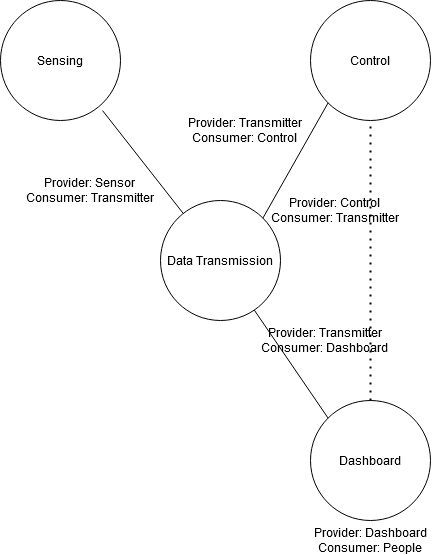
shadow17t/matkul_pabo keeps this draw.io diagram as Untitled Diagram.png. Above is the earlier version. Source tidied: cells renumbered, new cells last; positions are measured from the earlier drawing's top-left corner, leaving out a move shared by most shapes.
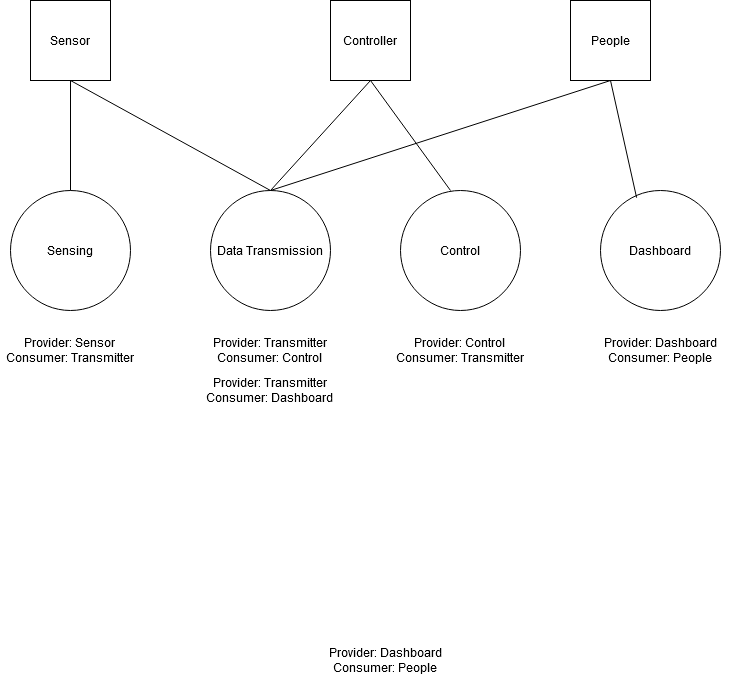
The same file after the commit.

Change to the diagram source:
```diff
@@ -3,43 +3,63 @@
     <mxCell id="0" />
     <mxCell id="1" parent="0" />
     <mxCell id="2" value="Sensing" style="ellipse;whiteSpace=wrap;html=1;" parent="1" vertex="1">
-      <mxGeometry width="120" height="120" as="geometry" />
+      <mxGeometry x="160" y="270" width="120" height="120" as="geometry" />
     </mxCell>
     <mxCell id="3" value="Control" style="ellipse;whiteSpace=wrap;html=1;" parent="1" vertex="1">
-      <mxGeometry x="310" width="120" height="120" as="geometry" />
+      <mxGeometry x="550" y="270" width="120" height="120" as="geometry" />
     </mxCell>
     <mxCell id="4" value="Dashboard" style="ellipse;whiteSpace=wrap;html=1;" parent="1" vertex="1">
-      <mxGeometry x="310" y="400" width="120" height="120" as="geometry" />
+      <mxGeometry x="750" y="270" width="120" height="120" as="geometry" />
     </mxCell>
     <mxCell id="5" value="Data Transmission" style="ellipse;whiteSpace=wrap;html=1;" parent="1" vertex="1">
-      <mxGeometry x="160" y="200" width="120" height="120" as="geometry" />
+      <mxGeometry x="360" y="270" width="120" height="120" as="geometry" />
     </mxCell>
     <mxCell id="6" value="&lt;div&gt;Provider: Sensor&lt;/div&gt;&lt;div&gt;Consumer: Transmitter&lt;br&gt;&lt;/div&gt;" style="text;html=1;strokeColor=none;fillColor=none;align=center;verticalAlign=middle;whiteSpace=wrap;rounded=0;" parent="1" vertex="1">
-      <mxGeometry x="20" y="180" width="140" height="20" as="geometry" />
+      <mxGeometry x="150" y="420" width="140" height="20" as="geometry" />
     </mxCell>
-    <mxCell id="7" style="endArrow=none;html=1;exitX=0.85;exitY=0.917;exitDx=0;exitDy=0;exitPerimeter=0;" parent="1" edge="1" source="2" target="5">
-      <mxGeometry relative="1" as="geometry" />
-    </mxCell>
-    <mxCell id="8" style="endArrow=none;html=1;exitX=0;exitY=1;exitDx=0;exitDy=0;entryX=1;entryY=0;entryDx=0;entryDy=0;" parent="1" edge="1" source="3" target="5">
-      <mxGeometry relative="1" as="geometry" />
-    </mxCell>
     <mxCell id="9" value="&lt;div&gt;Provider: Transmitter&lt;/div&gt;&lt;div&gt;Consumer: Control&lt;br&gt;&lt;/div&gt;" style="text;html=1;strokeColor=none;fillColor=none;align=center;verticalAlign=middle;whiteSpace=wrap;rounded=0;" parent="1" vertex="1">
-      <mxGeometry x="180" y="120" width="130" height="20" as="geometry" />
+      <mxGeometry x="355" y="420" width="130" height="20" as="geometry" />
     </mxCell>
-    <mxCell id="10" style="endArrow=none;html=1;exitX=0;exitY=0;exitDx=0;exitDy=0;" parent="1" edge="1" source="4" target="5">
-      <mxGeometry relative="1" as="geometry" />
-    </mxCell>
-    <mxCell id="11" style="endArrow=none;dashed=1;html=1;dashPattern=1 3;strokeWidth=2;entryX=0.5;entryY=1;entryDx=0;entryDy=0;exitX=0.5;exitY=0;exitDx=0;exitDy=0;" parent="1" edge="1" source="4" target="3">
-      <mxGeometry relative="1" as="geometry" />
-    </mxCell>
     <mxCell id="12" value="&lt;div&gt;Provider: Control&lt;/div&gt;&lt;div&gt;Consumer: Transmitter&lt;br&gt;&lt;/div&gt;" style="text;html=1;strokeColor=none;fillColor=none;align=center;verticalAlign=middle;whiteSpace=wrap;rounded=0;" parent="1" vertex="1">
-      <mxGeometry x="260" y="200" width="150" height="20" as="geometry" />
+      <mxGeometry x="535" y="420" width="150" height="20" as="geometry" />
     </mxCell>
     <mxCell id="13" value="&lt;div&gt;Provider: Dashboard&lt;/div&gt;&lt;div&gt;Consumer: People&lt;br&gt;&lt;/div&gt;" style="text;html=1;strokeColor=none;fillColor=none;align=center;verticalAlign=middle;whiteSpace=wrap;rounded=0;" parent="1" vertex="1">
-      <mxGeometry x="295" y="530" width="150" height="20" as="geometry" />
+      <mxGeometry x="460" y="730" width="150" height="20" as="geometry" />
     </mxCell>
-    <mxCell id="14" value="&lt;div&gt;Provider: Transmitter&lt;/div&gt;&lt;div&gt;Consumer: Dashboard&lt;br&gt;&lt;/div&gt;" style="text;html=1;strokeColor=none;fillColor=none;align=center;verticalAlign=middle;whiteSpace=wrap;rounded=0;" parent="1" vertex="1">
-      <mxGeometry x="250" y="330" width="150" height="20" as="geometry" />
+    <mxCell id="14" value="&lt;div&gt;Provider: Dashboard&lt;/div&gt;&lt;div&gt;Consumer: People&lt;br&gt;&lt;/div&gt;" style="text;html=1;strokeColor=none;fillColor=none;align=center;verticalAlign=middle;whiteSpace=wrap;rounded=0;" parent="1" vertex="1">
+      <mxGeometry x="735" y="420" width="150" height="20" as="geometry" />
     </mxCell>
+    <mxCell id="15" value="Controller" style="whiteSpace=wrap;html=1;" parent="1" vertex="1">
+      <mxGeometry x="480" y="80" width="80" height="80" as="geometry" />
+    </mxCell>
+    <mxCell id="16" value="Sensor" style="whiteSpace=wrap;html=1;" parent="1" vertex="1">
+      <mxGeometry x="180" y="80" width="80" height="80" as="geometry" />
+    </mxCell>
+    <mxCell id="17" value="People" style="whiteSpace=wrap;html=1;" parent="1" vertex="1">
+      <mxGeometry x="720" y="80" width="80" height="80" as="geometry" />
+    </mxCell>
+    <mxCell id="18" style="endArrow=none;html=1;entryX=0.5;entryY=1;entryDx=0;entryDy=0;exitX=0.5;exitY=0;exitDx=0;exitDy=0;" parent="1" edge="1" source="5" target="16">
+      <mxGeometry relative="1" as="geometry" />
+    </mxCell>
+    <mxCell id="19" style="endArrow=none;html=1;entryX=0.5;entryY=1;entryDx=0;entryDy=0;exitX=0.5;exitY=0;exitDx=0;exitDy=0;" parent="1" edge="1" source="2" target="16">
+      <mxGeometry relative="1" as="geometry" />
+    </mxCell>
+    <mxCell id="20" style="endArrow=none;html=1;entryX=0.5;entryY=1;entryDx=0;entryDy=0;exitX=0.5;exitY=0;exitDx=0;exitDy=0;" parent="1" edge="1" source="5" target="15">
+      <mxGeometry relative="1" as="geometry" />
+    </mxCell>
+    <mxCell id="21" style="endArrow=none;html=1;entryX=0.5;entryY=1;entryDx=0;entryDy=0;" parent="1" edge="1" target="15">
+      <mxGeometry relative="1" as="geometry">
+        <mxPoint x="600" y="270" as="sourcePoint" />
+      </mxGeometry>
+    </mxCell>
+    <mxCell id="22" style="endArrow=none;html=1;exitX=0.5;exitY=0;exitDx=0;exitDy=0;entryX=0.5;entryY=1;entryDx=0;entryDy=0;" parent="1" edge="1" source="5" target="17">
+      <mxGeometry relative="1" as="geometry" />
+    </mxCell>
+    <mxCell id="23" style="endArrow=none;html=1;entryX=0.5;entryY=1;entryDx=0;entryDy=0;exitX=0.301;exitY=0.06;exitDx=0;exitDy=0;exitPerimeter=0;" parent="1" edge="1" source="4" target="17">
+      <mxGeometry relative="1" as="geometry" />
+    </mxCell>
+    <mxCell id="24" value="&lt;div&gt;Provider: Transmitter&lt;/div&gt;&lt;div&gt;Consumer: Dashboard&lt;br&gt;&lt;/div&gt;" style="text;html=1;strokeColor=none;fillColor=none;align=center;verticalAlign=middle;whiteSpace=wrap;rounded=0;" parent="1" vertex="1">
+      <mxGeometry x="345" y="460" width="150" height="20" as="geometry" />
+    </mxCell>
   </root>
 </mxGraphModel>
```
